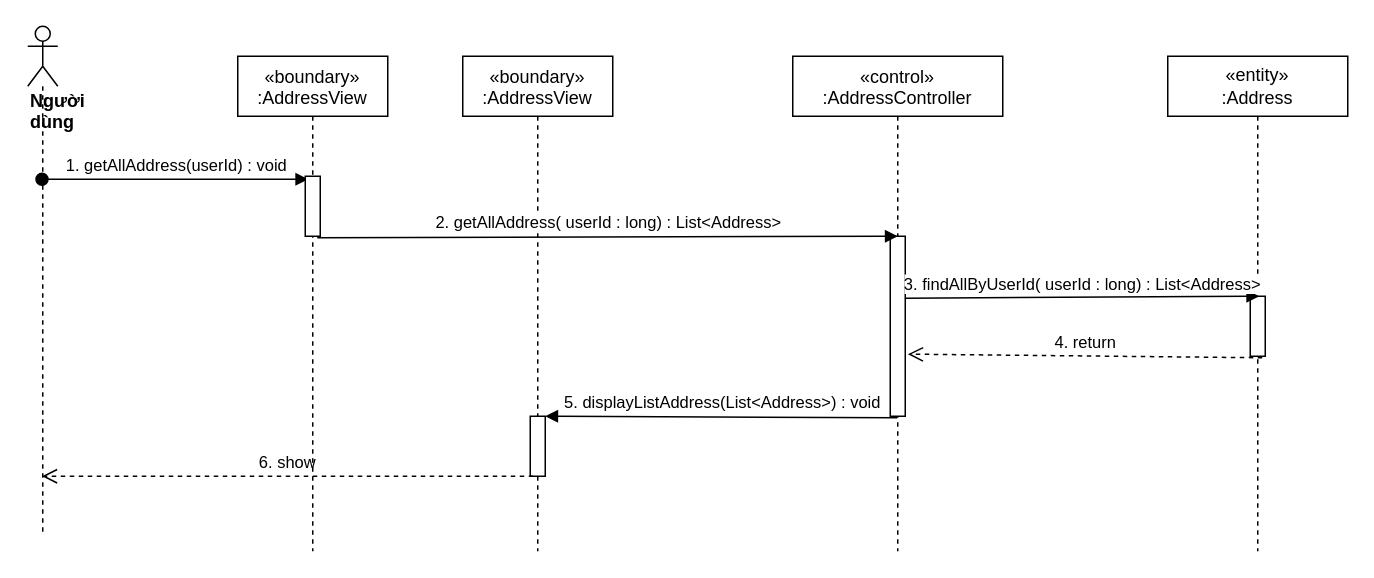
Before: sequence diagram/view-addresses-sequence-diagram.drawio in nguyenphamvan/datn_20202, a draw.io diagram. Source tidied: cells renumbered, new cells numbered last; positions are measured from the earlier drawing's top-left corner, leaving out a move shared by most shapes. Both pictures are drawn from the tidied source at 150%, with x=0, y=0 at pixel (27, 26).
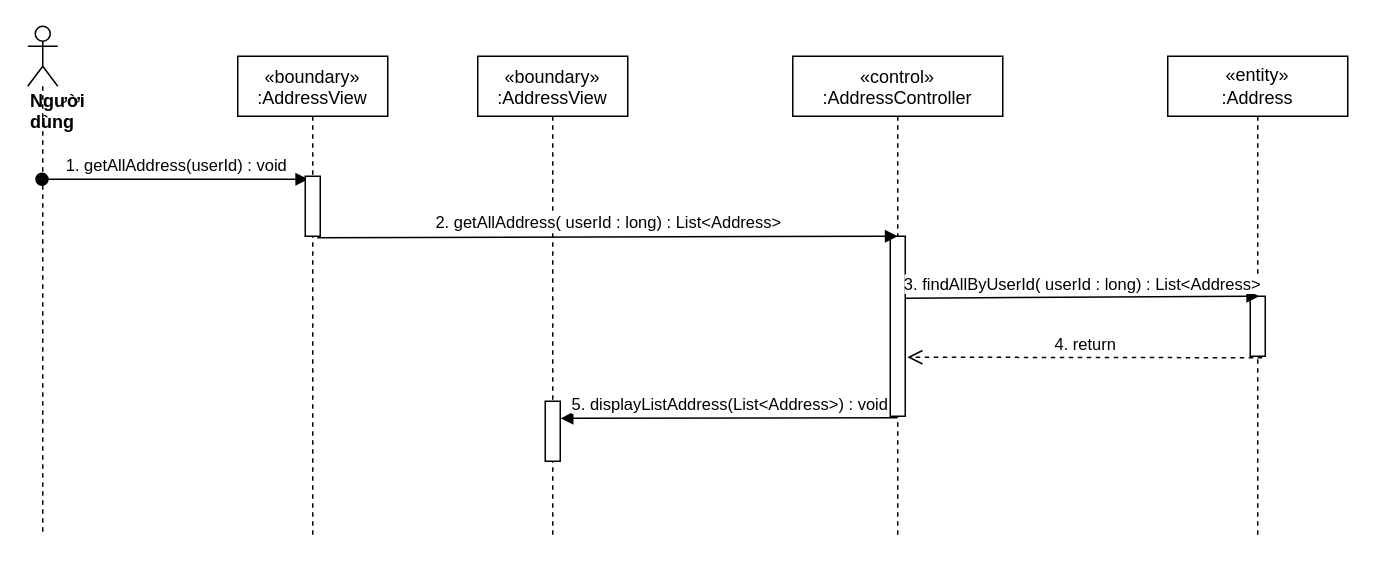
The same diagram, later.

Diff of the diagram source:
```diff
@@
 <mxGraphModel>
   <root>
     <mxCell id="0" />
     <mxCell id="1" parent="0" />
     <mxCell id="2" value="«boundary»&#10;:AddressView" style="shape=umlLifeline;perimeter=lifelinePerimeter;rounded=0;shadow=0;strokeWidth=1;" parent="1" vertex="1">
-      <mxGeometry x="290" y="20" width="100" height="330" as="geometry" />
+      <mxGeometry x="300" y="20" width="100" height="320" as="geometry" />
     </mxCell>
     <mxCell id="3" style="html=1;points=[];perimeter=orthogonalPerimeter;" parent="2" vertex="1">
-      <mxGeometry x="45" y="240" width="10" height="40" as="geometry" />
+      <mxGeometry x="45" y="230" width="10" height="40" as="geometry" />
     </mxCell>
     <mxCell id="4" value="«control»&#10;:AddressController" style="shape=umlLifeline;perimeter=lifelinePerimeter;rounded=0;shadow=0;strokeWidth=1;size=40;" parent="1" vertex="1">
-      <mxGeometry x="510" y="20" width="140" height="330" as="geometry" />
+      <mxGeometry x="510" y="20" width="140" height="320" as="geometry" />
     </mxCell>
     <mxCell id="5" style="points=[];perimeter=orthogonalPerimeter;rounded=0;shadow=0;strokeWidth=1;" parent="4" vertex="1">
       <mxGeometry x="65" y="120" width="10" height="120" as="geometry" />
     </mxCell>
     <mxCell id="6" value="&lt;div&gt;&lt;b&gt;Người dùng&lt;/b&gt;&lt;/div&gt;" style="shape=umlLifeline;participant=umlActor;perimeter=lifelinePerimeter;whiteSpace=wrap;html=1;verticalAlign=top;spacingTop=36;outlineConnect=0;align=left;" parent="1" vertex="1">
       <mxGeometry width="20" height="340" as="geometry" />
     </mxCell>
     <mxCell id="7" value="1. getAllAddress(userId) : void" style="html=1;verticalAlign=bottom;startArrow=oval;startFill=1;endArrow=block;startSize=8;entryX=0.2;entryY=0.05;entryDx=0;entryDy=0;entryPerimeter=0;" parent="1" edge="1" source="6" target="15">
       <mxGeometry relative="1" as="geometry" />
     </mxCell>
     <mxCell id="8" value="2. getAllAddress( userId : long) : List&amp;lt;Address&amp;gt;" style="html=1;verticalAlign=bottom;endArrow=block;entryX=0.5;entryY=0;entryDx=0;entryDy=0;entryPerimeter=0;exitX=0.8;exitY=1.025;exitDx=0;exitDy=0;exitPerimeter=0;" parent="1" edge="1" source="15" target="5">
       <mxGeometry relative="1" as="geometry" />
     </mxCell>
     <mxCell id="9" value="&lt;span&gt;«entity»&lt;br&gt;&lt;/span&gt;:Address" style="shape=umlLifeline;perimeter=lifelinePerimeter;whiteSpace=wrap;html=1;" parent="1" vertex="1">
-      <mxGeometry x="760" y="20" width="120" height="330" as="geometry" />
+      <mxGeometry x="760" y="20" width="120" height="320" as="geometry" />
     </mxCell>
     <mxCell id="10" style="points=[];perimeter=orthogonalPerimeter;rounded=0;shadow=0;strokeWidth=1;" parent="9" vertex="1">
       <mxGeometry x="55" y="160" width="10" height="40" as="geometry" />
     </mxCell>
     <mxCell id="11" value="3. findAllByUserId( userId : long) : List&amp;lt;Address&amp;gt;" style="html=1;verticalAlign=bottom;endArrow=block;entryX=0.6;entryY=0;entryDx=0;entryDy=0;entryPerimeter=0;exitX=1;exitY=0.344;exitDx=0;exitDy=0;exitPerimeter=0;" parent="1" edge="1" source="5" target="10">
       <mxGeometry relative="1" as="geometry" />
     </mxCell>
-    <mxCell id="12" value="4. return" style="html=1;verticalAlign=bottom;endArrow=open;dashed=1;endSize=8;exitX=0.8;exitY=1.025;exitDx=0;exitDy=0;exitPerimeter=0;entryX=1.18;entryY=0.655;entryDx=0;entryDy=0;entryPerimeter=0;" parent="1" edge="1" source="10" target="5">
+    <mxCell id="12" value="4. return" style="html=1;verticalAlign=bottom;endArrow=open;dashed=1;endSize=8;exitX=0.8;exitY=1.025;exitDx=0;exitDy=0;exitPerimeter=0;entryX=1.14;entryY=0.672;entryDx=0;entryDy=0;entryPerimeter=0;" parent="1" edge="1" source="10" target="5">
       <mxGeometry relative="1" as="geometry" />
     </mxCell>
-    <mxCell id="13" value="&lt;span style=&quot;color: rgb(0 , 0 , 0) ; font-family: &amp;#34;helvetica&amp;#34; ; font-size: 11px ; font-style: normal ; font-weight: 400 ; letter-spacing: normal ; text-align: center ; text-indent: 0px ; text-transform: none ; word-spacing: 0px ; background-color: rgb(255 , 255 , 255) ; display: inline ; float: none&quot;&gt;6. show&lt;/span&gt;" style="html=1;verticalAlign=bottom;endArrow=open;dashed=1;endSize=8;exitX=0.2;exitY=1;exitDx=0;exitDy=0;exitPerimeter=0;" parent="1" edge="1" source="3" target="6">
-      <mxGeometry relative="1" as="geometry" />
-    </mxCell>
     <mxCell id="14" value="«boundary»&#10;:AddressView" style="shape=umlLifeline;perimeter=lifelinePerimeter;rounded=0;shadow=0;strokeWidth=1;" parent="1" vertex="1">
-      <mxGeometry x="140" y="20" width="100" height="330" as="geometry" />
+      <mxGeometry x="140" y="20" width="100" height="320" as="geometry" />
     </mxCell>
     <mxCell id="15" style="html=1;points=[];perimeter=orthogonalPerimeter;" parent="14" vertex="1">
       <mxGeometry x="45" y="80" width="10" height="40" as="geometry" />
     </mxCell>
-    <mxCell id="16" value="&lt;span style=&quot;font-family: &amp;#34;helvetica&amp;#34;&quot;&gt;5. displayListAddress(List&amp;lt;Address&amp;gt;) : void&lt;/span&gt;" style="html=1;verticalAlign=bottom;endArrow=block;entryX=1;entryY=0;entryDx=0;entryDy=0;entryPerimeter=0;exitX=0.46;exitY=1.008;exitDx=0;exitDy=0;exitPerimeter=0;" parent="1" edge="1" source="5" target="3">
+    <mxCell id="16" value="&lt;span style=&quot;font-family: &amp;#34;helvetica&amp;#34;&quot;&gt;5. displayListAddress(List&amp;lt;Address&amp;gt;) : void&lt;/span&gt;" style="html=1;verticalAlign=bottom;endArrow=block;entryX=1.02;entryY=0.285;entryDx=0;entryDy=0;entryPerimeter=0;exitX=0.46;exitY=1.008;exitDx=0;exitDy=0;exitPerimeter=0;" parent="1" edge="1" source="5" target="3">
       <mxGeometry relative="1" as="geometry" />
     </mxCell>
   </root>
 </mxGraphModel>
```
